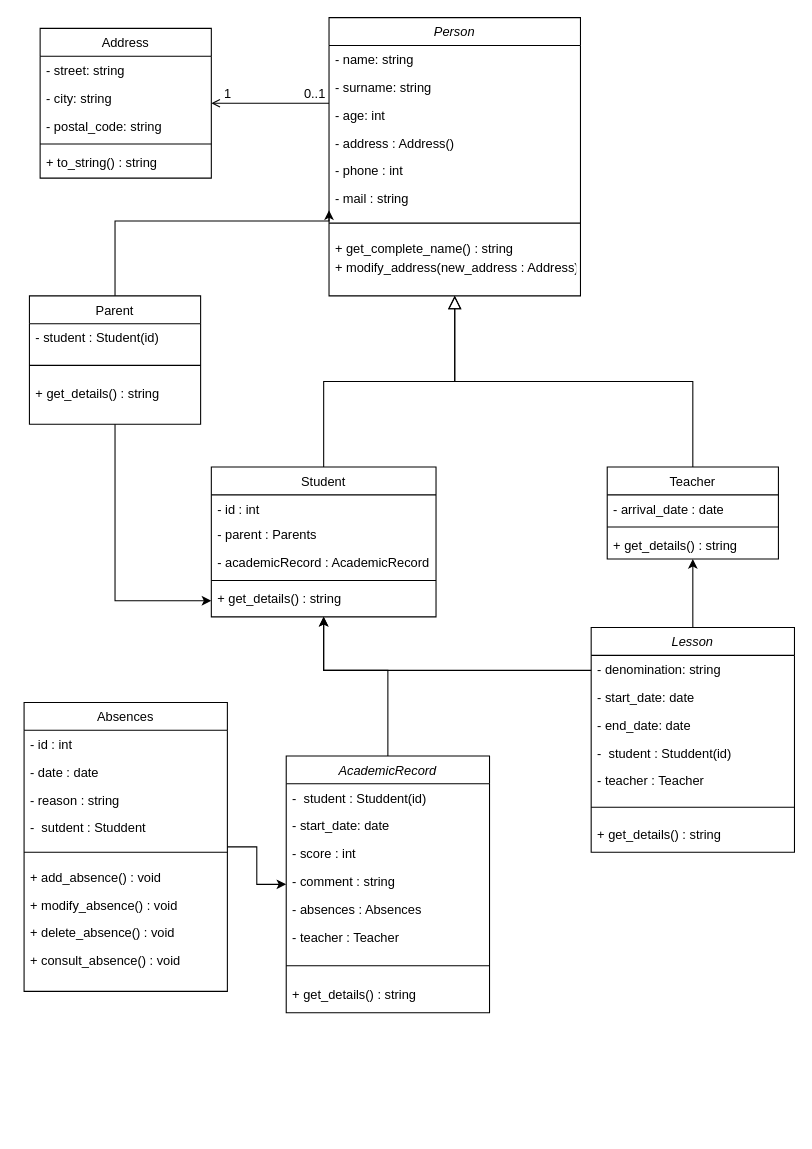
MelissaHOA/EXO_Gestion_Ecole keeps this draw.io diagram as doc/diagrammeClasse.drawio. Above is the earlier version. Source tidied: cells renumbered, new cells numbered last; positions are measured from the earlier drawing's top-left corner, leaving out a move shared by most shapes. Both pictures are drawn from the tidied source at 107%, with x=0, y=0 at pixel (24, 17).
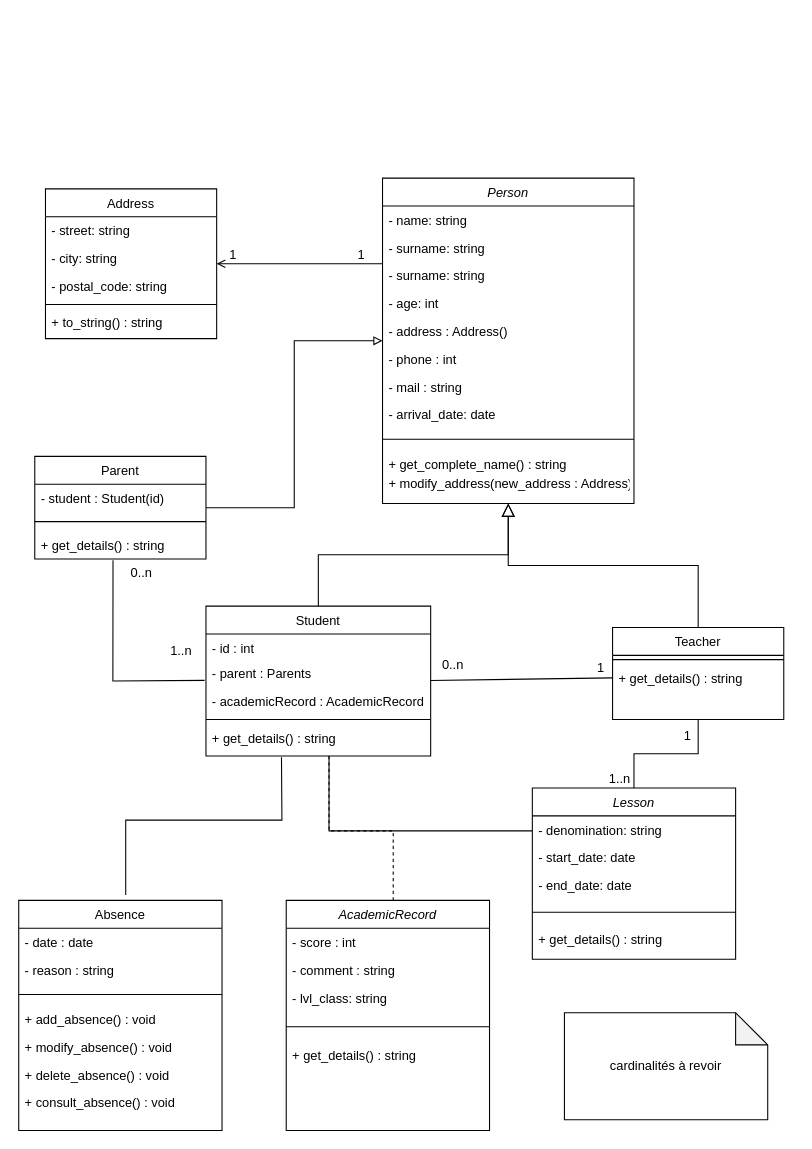
Above is the later version.

Commit message:
Mettre à jour diagrammeClasse.drawio

Unchanged cells that the change refers to:
```xml
<mxCell id="14" value="- parent : Parents" style="text;align=left;verticalAlign=top;spacingLeft=4;spacingRight=4;overflow=hidden;points=[[0,0.5],[1,0.5]];portConstraint=eastwest;" parent="12" vertex="1">
  <mxGeometry y="50" width="210" height="26" as="geometry" />
</mxCell>
<mxCell id="17" value="+ get_details() : string" style="text;align=left;verticalAlign=top;spacingLeft=4;spacingRight=4;overflow=hidden;points=[[0,0.5],[1,0.5]];portConstraint=eastwest;" parent="12" vertex="1">
  <mxGeometry y="110" width="210" height="30" as="geometry" />
</mxCell>
<mxCell id="30" style="endArrow=open;shadow=0;strokeWidth=1;rounded=0;curved=0;endFill=1;edgeStyle=elbowEdgeStyle;elbow=vertical;" parent="1" edge="1" source="2" target="24">
  <mxGeometry x="0.5" y="41" relative="1" as="geometry">
    <mxPoint x="-40" y="32" as="offset" />
  </mxGeometry>
</mxCell>
```

Change to the diagram source:
```diff
@@
     <mxCell id="2" value="Person" style="swimlane;fontStyle=2;align=center;verticalAlign=top;horizontal=1;startSize=26;rounded=0;shadow=0;strokeWidth=1;" parent="1" vertex="1">
-      <mxGeometry x="285" width="235" height="260" as="geometry" />
+      <mxGeometry x="335" y="150" width="235" height="304" as="geometry" />
     </mxCell>
@@
+    <mxCell id="70" value="- surname: string" style="text;align=left;verticalAlign=top;spacingLeft=4;spacingRight=4;overflow=hidden;rounded=0;shadow=0;html=0;" parent="2" vertex="1">
+      <mxGeometry y="52" width="235" height="26" as="geometry" />
+    </mxCell>
     <mxCell id="4" value="- surname: string" style="text;align=left;verticalAlign=top;spacingLeft=4;spacingRight=4;overflow=hidden;rounded=0;shadow=0;html=0;" parent="2" vertex="1">
-      <mxGeometry y="52" width="235" height="26" as="geometry" />
+      <mxGeometry y="78" width="235" height="26" as="geometry" />
     </mxCell>
     <mxCell id="5" value="- age: int&#10;&#10;" style="text;align=left;verticalAlign=top;spacingLeft=4;spacingRight=4;overflow=hidden;rounded=0;shadow=0;html=0;" parent="2" vertex="1">
-      <mxGeometry y="78" width="235" height="26" as="geometry" />
+      <mxGeometry y="104" width="235" height="26" as="geometry" />
     </mxCell>
     <mxCell id="6" value="- address : Address()" style="text;align=left;verticalAlign=top;spacingLeft=4;spacingRight=4;overflow=hidden;rounded=0;shadow=0;html=0;" parent="2" vertex="1">
-      <mxGeometry y="104" width="235" height="26" as="geometry" />
+      <mxGeometry y="130" width="235" height="26" as="geometry" />
     </mxCell>
     <mxCell id="7" value="- phone : int" style="text;align=left;verticalAlign=top;spacingLeft=4;spacingRight=4;overflow=hidden;" parent="2" vertex="1">
-      <mxGeometry y="130" width="235" height="26" as="geometry" />
+      <mxGeometry y="156" width="235" height="26" as="geometry" />
     </mxCell>
     <mxCell id="8" value="- mail : string" style="text;align=left;verticalAlign=top;spacingLeft=4;spacingRight=4;overflow=hidden;points=[[0,0.5],[1,0.5]];portConstraint=eastwest;" parent="2" vertex="1">
-      <mxGeometry y="156" width="235" height="26" as="geometry" />
+      <mxGeometry y="182" width="235" height="26" as="geometry" />
     </mxCell>
+    <mxCell id="62" value="- arrival_date: date" style="text;align=left;verticalAlign=top;spacingLeft=4;spacingRight=4;overflow=hidden;rounded=0;shadow=0;html=0;" parent="2" vertex="1">
+      <mxGeometry y="208" width="235" height="26" as="geometry" />
+    </mxCell>
     <mxCell id="9" style="line;html=1;strokeWidth=1;align=left;verticalAlign=middle;spacingTop=-1;spacingLeft=3;spacingRight=3;labelPosition=right;" parent="2" vertex="1">
-      <mxGeometry y="182" width="235" height="20" as="geometry" />
+      <mxGeometry y="234" width="235" height="20" as="geometry" />
     </mxCell>
     <mxCell id="10" value="+ get_complete_name() : string" style="text;align=left;verticalAlign=top;spacingLeft=4;spacingRight=4;overflow=hidden;" parent="2" vertex="1">
-      <mxGeometry y="202" width="235" height="18" as="geometry" />
+      <mxGeometry y="254" width="235" height="18" as="geometry" />
     </mxCell>
     <mxCell id="11" value="+ modify_address(new_address : Address)" style="text;align=left;verticalAlign=top;spacingLeft=4;spacingRight=4;overflow=hidden;" parent="2" vertex="1">
-      <mxGeometry y="220" width="235" height="32" as="geometry" />
+      <mxGeometry y="272" width="235" height="32" as="geometry" />
     </mxCell>
     <mxCell id="12" value="Student" style="swimlane;fontStyle=0;align=center;verticalAlign=top;horizontal=1;startSize=26;rounded=0;shadow=0;strokeWidth=1;" parent="1" vertex="1">
-      <mxGeometry x="175" y="420" width="210" height="140" as="geometry" />
+      <mxGeometry x="170" y="550" width="210" height="140" as="geometry" />
     </mxCell>
@@
     <mxCell id="19" value="Teacher" style="swimlane;fontStyle=0;align=center;verticalAlign=top;horizontal=1;startSize=26;rounded=0;shadow=0;strokeWidth=1;" parent="1" vertex="1">
-      <mxGeometry x="545" y="420" width="160" height="86" as="geometry" />
+      <mxGeometry x="550" y="570" width="160" height="86" as="geometry" />
     </mxCell>
-    <mxCell id="20" value="- arrival_date : date" style="text;align=left;verticalAlign=top;spacingLeft=4;spacingRight=4;overflow=hidden;" parent="19" vertex="1">
-      <mxGeometry y="26" width="160" height="26" as="geometry" />
-    </mxCell>
     <mxCell id="21" style="line;html=1;strokeWidth=1;align=left;verticalAlign=middle;spacingTop=-1;spacingLeft=3;spacingRight=3;labelPosition=right;" parent="19" vertex="1">
-      <mxGeometry y="52" width="160" height="8" as="geometry" />
+      <mxGeometry y="26" width="160" height="8" as="geometry" />
     </mxCell>
     <mxCell id="22" value="+ get_details() : string" style="text;align=left;verticalAlign=top;spacingLeft=4;spacingRight=4;overflow=hidden;points=[[0,0.5],[1,0.5]];portConstraint=eastwest;" parent="19" vertex="1">
-      <mxGeometry y="60" width="160" height="26" as="geometry" />
+      <mxGeometry y="34" width="160" height="26" as="geometry" />
     </mxCell>
@@
     <mxCell id="24" value="Address" style="swimlane;fontStyle=0;align=center;verticalAlign=top;horizontal=1;startSize=26;rounded=0;shadow=0;strokeWidth=1;" parent="1" vertex="1">
-      <mxGeometry x="15" y="10" width="160" height="140" as="geometry" />
+      <mxGeometry x="20" y="160" width="160" height="140" as="geometry" />
     </mxCell>
@@
-    <mxCell id="31" value="0..1" style="align=left;verticalAlign=bottom;labelBackgroundColor=none;fontSize=12;" parent="30" vertex="1">
+    <mxCell id="31" value="1" style="align=left;verticalAlign=bottom;labelBackgroundColor=none;fontSize=12;" parent="30" vertex="1">
       <mxGeometry x="-1" relative="1" as="geometry">
         <mxPoint x="-25" as="offset" />
       </mxGeometry>
     </mxCell>
@@
-    <mxCell id="33" style="edgeStyle=orthogonalEdgeStyle;rounded=0;jettySize=auto;html=1;" parent="1" edge="1" source="35" target="19">
+    <mxCell id="33" style="edgeStyle=orthogonalEdgeStyle;rounded=0;jettySize=auto;html=1;startArrow=none;startFill=0;endArrow=none;endFill=0;" parent="1" edge="1" source="35" target="19">
       <mxGeometry relative="1" as="geometry" />
     </mxCell>
-    <mxCell id="34" style="edgeStyle=orthogonalEdgeStyle;rounded=0;jettySize=auto;html=1;" parent="1" edge="1" source="35" target="12">
+    <mxCell id="34" style="edgeStyle=orthogonalEdgeStyle;rounded=0;jettySize=auto;html=1;endArrow=none;endFill=0;" parent="1" edge="1" source="35" target="12">
       <mxGeometry relative="1" as="geometry">
         <Array as="points">
-          <mxPoint x="280" y="610" />
+          <mxPoint x="285" y="760" />
         </Array>
       </mxGeometry>
     </mxCell>
     <mxCell id="35" value="Lesson" style="swimlane;fontStyle=2;align=center;verticalAlign=top;horizontal=1;startSize=26;rounded=0;shadow=0;strokeWidth=1;" parent="1" vertex="1">
-      <mxGeometry x="530" y="570" width="190" height="210" as="geometry" />
+      <mxGeometry x="475" y="720" width="190" height="160" as="geometry" />
     </mxCell>
@@
-    <mxCell id="39" value="-  student : Studdent(id)" style="text;align=left;verticalAlign=top;spacingLeft=4;spacingRight=4;overflow=hidden;" parent="35" vertex="1">
-      <mxGeometry y="104" width="190" height="26" as="geometry" />
-    </mxCell>
-    <mxCell id="40" value="- teacher : Teacher" style="text;align=left;verticalAlign=top;spacingLeft=4;spacingRight=4;overflow=hidden;" parent="35" vertex="1">
-      <mxGeometry y="130" width="190" height="26" as="geometry" />
-    </mxCell>
     <mxCell id="41" style="line;html=1;strokeWidth=1;align=left;verticalAlign=middle;spacingTop=-1;spacingLeft=3;spacingRight=3;labelPosition=right;" parent="35" vertex="1">
-      <mxGeometry y="156" width="190" height="24" as="geometry" />
+      <mxGeometry y="104" width="190" height="24" as="geometry" />
     </mxCell>
     <mxCell id="42" value="+ get_details() : string" style="text;align=left;verticalAlign=top;spacingLeft=4;spacingRight=4;overflow=hidden;" parent="35" vertex="1">
-      <mxGeometry y="180" width="190" height="26" as="geometry" />
+      <mxGeometry y="128" width="190" height="26" as="geometry" />
     </mxCell>
-    <mxCell id="43" style="edgeStyle=orthogonalEdgeStyle;rounded=0;jettySize=auto;html=1;" parent="1" edge="1" source="44" target="60">
-      <mxGeometry relative="1" as="geometry" />
-    </mxCell>
-    <mxCell id="44" value="Absences" style="swimlane;fontStyle=0;align=center;verticalAlign=top;horizontal=1;startSize=26;rounded=0;shadow=0;strokeWidth=1;" parent="1" vertex="1">
-      <mxGeometry y="640" width="190" height="270" as="geometry" />
+    <mxCell id="44" value="Absence" style="swimlane;fontStyle=0;align=center;verticalAlign=top;horizontal=1;startSize=26;rounded=0;shadow=0;strokeWidth=1;" parent="1" vertex="1">
+      <mxGeometry x="-5" y="825" width="190" height="215" as="geometry" />
     </mxCell>
-    <mxCell id="45" value="- id : int" style="text;align=left;verticalAlign=top;spacingLeft=4;spacingRight=4;overflow=hidden;" parent="44" vertex="1">
-      <mxGeometry y="26" width="190" height="26" as="geometry" />
-    </mxCell>
     <mxCell id="46" value="- date : date" style="text;align=left;verticalAlign=top;spacingLeft=4;spacingRight=4;overflow=hidden;" parent="44" vertex="1">
-      <mxGeometry y="52" width="190" height="26" as="geometry" />
+      <mxGeometry y="26" width="190" height="26" as="geometry" />
     </mxCell>
     <mxCell id="47" value="- reason : string " style="text;align=left;verticalAlign=top;spacingLeft=4;spacingRight=4;overflow=hidden;" parent="44" vertex="1">
-      <mxGeometry y="78" width="190" height="26" as="geometry" />
+      <mxGeometry y="52" width="190" height="26" as="geometry" />
     </mxCell>
-    <mxCell id="48" value="-  sutdent : Studdent" style="text;align=left;verticalAlign=top;spacingLeft=4;spacingRight=4;overflow=hidden;" parent="44" vertex="1">
-      <mxGeometry y="104" width="190" height="26" as="geometry" />
-    </mxCell>
     <mxCell id="49" style="line;html=1;strokeWidth=1;align=left;verticalAlign=middle;spacingTop=-1;spacingLeft=3;spacingRight=3;labelPosition=right;" parent="44" vertex="1">
-      <mxGeometry y="130" width="190" height="20" as="geometry" />
+      <mxGeometry y="78" width="190" height="20" as="geometry" />
     </mxCell>
     <mxCell id="50" value="+ add_absence() : void" style="text;align=left;verticalAlign=top;spacingLeft=4;spacingRight=4;overflow=hidden;" parent="44" vertex="1">
-      <mxGeometry y="150" width="190" height="26" as="geometry" />
+      <mxGeometry y="98" width="190" height="26" as="geometry" />
     </mxCell>
     <mxCell id="51" value="+ modify_absence() : void" style="text;align=left;verticalAlign=top;spacingLeft=4;spacingRight=4;overflow=hidden;" parent="44" vertex="1">
-      <mxGeometry y="176" width="190" height="26" as="geometry" />
+      <mxGeometry y="124" width="190" height="26" as="geometry" />
     </mxCell>
     <mxCell id="52" value="+ delete_absence() : void" style="text;align=left;verticalAlign=top;spacingLeft=4;spacingRight=4;overflow=hidden;" parent="44" vertex="1">
-      <mxGeometry y="202" width="190" height="26" as="geometry" />
+      <mxGeometry y="150" width="190" height="26" as="geometry" />
     </mxCell>
     <mxCell id="53" value="+ consult_absence() : void" style="text;align=left;verticalAlign=top;spacingLeft=4;spacingRight=4;overflow=hidden;" parent="44" vertex="1">
-      <mxGeometry y="228" width="190" height="26" as="geometry" />
+      <mxGeometry y="176" width="190" height="26" as="geometry" />
     </mxCell>
-    <mxCell id="54" style="edgeStyle=orthogonalEdgeStyle;rounded=0;jettySize=auto;html=1;entryX=0;entryY=0.5;entryDx=0;entryDy=0;" parent="1" edge="1" source="55" target="17">
-      <mxGeometry relative="1" as="geometry" />
-    </mxCell>
+    <mxCell id="71" style="edgeStyle=orthogonalEdgeStyle;rounded=0;jettySize=auto;html=1;endArrow=block;endFill=0;" parent="1" edge="1" source="55" target="2">
+      <mxGeometry relative="1" as="geometry" />
+    </mxCell>
     <mxCell id="55" value="Parent" style="swimlane;fontStyle=0;align=center;verticalAlign=top;horizontal=1;startSize=26;rounded=0;shadow=0;strokeWidth=1;" parent="1" vertex="1">
-      <mxGeometry x="5" y="260" width="160" height="120" as="geometry" />
+      <mxGeometry x="10" y="410" width="160" height="96" as="geometry" />
     </mxCell>
@@
     <mxCell id="57" style="line;html=1;strokeWidth=1;align=left;verticalAlign=middle;spacingTop=-1;spacingLeft=3;spacingRight=3;labelPosition=right;" parent="55" vertex="1">
-      <mxGeometry y="52" width="160" height="26" as="geometry" />
+      <mxGeometry y="52" width="160" height="18" as="geometry" />
     </mxCell>
     <mxCell id="58" value="+ get_details() : string" style="text;align=left;verticalAlign=top;spacingLeft=4;spacingRight=4;overflow=hidden;points=[[0,0.5],[1,0.5]];portConstraint=eastwest;" parent="55" vertex="1">
-      <mxGeometry y="78" width="160" height="26" as="geometry" />
+      <mxGeometry y="70" width="160" height="26" as="geometry" />
     </mxCell>
-    <mxCell id="59" style="edgeStyle=orthogonalEdgeStyle;rounded=0;jettySize=auto;html=1;" parent="1" edge="1" source="60" target="12">
+    <mxCell id="59" style="edgeStyle=orthogonalEdgeStyle;rounded=0;jettySize=auto;html=1;endArrow=none;endFill=0;dashed=1;" parent="1" edge="1" source="60" target="12">
       <mxGeometry relative="1" as="geometry">
         <Array as="points">
-          <mxPoint x="340" y="610" />
-          <mxPoint x="280" y="610" />
+          <mxPoint x="345" y="760" />
+          <mxPoint x="285" y="760" />
         </Array>
       </mxGeometry>
     </mxCell>
     <mxCell id="60" value="AcademicRecord" style="swimlane;fontStyle=2;align=center;verticalAlign=top;horizontal=1;startSize=26;rounded=0;shadow=0;strokeWidth=1;" parent="1" vertex="1">
-      <mxGeometry x="245" y="690" width="190" height="240" as="geometry" />
+      <mxGeometry x="245" y="825" width="190" height="215" as="geometry" />
     </mxCell>
-    <mxCell id="61" value="-  student : Studdent(id)" style="text;align=left;verticalAlign=top;spacingLeft=4;spacingRight=4;overflow=hidden;" parent="60" vertex="1">
-      <mxGeometry y="26" width="190" height="26" as="geometry" />
-    </mxCell>
-    <mxCell id="62" value="- start_date: date" style="text;align=left;verticalAlign=top;spacingLeft=4;spacingRight=4;overflow=hidden;rounded=0;shadow=0;html=0;" parent="60" vertex="1">
-      <mxGeometry y="52" width="190" height="26" as="geometry" />
-    </mxCell>
     <mxCell id="63" value="- score : int" style="text;align=left;verticalAlign=top;spacingLeft=4;spacingRight=4;overflow=hidden;" parent="60" vertex="1">
-      <mxGeometry y="78" width="190" height="26" as="geometry" />
+      <mxGeometry y="26" width="190" height="26" as="geometry" />
     </mxCell>
     <mxCell id="64" value="- comment : string" style="text;align=left;verticalAlign=top;spacingLeft=4;spacingRight=4;overflow=hidden;" parent="60" vertex="1">
-      <mxGeometry y="104" width="190" height="26" as="geometry" />
+      <mxGeometry y="52" width="190" height="26" as="geometry" />
     </mxCell>
-    <mxCell id="65" value="- absences : Absences" style="text;align=left;verticalAlign=top;spacingLeft=4;spacingRight=4;overflow=hidden;" parent="60" vertex="1">
-      <mxGeometry y="130" width="190" height="26" as="geometry" />
-    </mxCell>
-    <mxCell id="66" value="- teacher : Teacher" style="text;align=left;verticalAlign=top;spacingLeft=4;spacingRight=4;overflow=hidden;" parent="60" vertex="1">
-      <mxGeometry y="156" width="190" height="26" as="geometry" />
-    </mxCell>
+    <mxCell id="72" value="- lvl_class: string" style="text;align=left;verticalAlign=top;spacingLeft=4;spacingRight=4;overflow=hidden;" parent="60" vertex="1">
+      <mxGeometry y="78" width="190" height="26" as="geometry" />
+    </mxCell>
     <mxCell id="67" style="line;html=1;strokeWidth=1;align=left;verticalAlign=middle;spacingTop=-1;spacingLeft=3;spacingRight=3;labelPosition=right;" parent="60" vertex="1">
-      <mxGeometry y="182" width="190" height="28" as="geometry" />
+      <mxGeometry y="104" width="190" height="28" as="geometry" />
     </mxCell>
     <mxCell id="68" value="+ get_details() : string" style="text;align=left;verticalAlign=top;spacingLeft=4;spacingRight=4;overflow=hidden;" parent="60" vertex="1">
-      <mxGeometry y="210" width="190" height="26" as="geometry" />
+      <mxGeometry y="132" width="190" height="26" as="geometry" />
     </mxCell>
-    <mxCell id="69" style="endArrow=classic;html=1;rounded=0;exitX=0.5;exitY=0;exitDx=0;exitDy=0;edgeStyle=orthogonalEdgeStyle;entryX=0;entryY=0.923;entryDx=0;entryDy=0;entryPerimeter=0;" parent="1" edge="1" source="55" target="8">
-      <mxGeometry relative="1" as="geometry">
-        <Array as="points">
-          <mxPoint x="85" y="190" />
-        </Array>
-      </mxGeometry>
-    </mxCell>
+    <mxCell id="73" value="1..n" style="align=left;verticalAlign=bottom;labelBackgroundColor=none;fontSize=12;direction=south;" parent="1" vertex="1">
+      <mxGeometry x="135" y="600" as="geometry" />
+    </mxCell>
+    <mxCell id="74" value="0..n" style="align=left;verticalAlign=bottom;labelBackgroundColor=none;fontSize=12;" parent="1" vertex="1">
+      <mxGeometry x="155" y="610" as="geometry">
+        <mxPoint x="-57" y="-83" as="offset" />
+      </mxGeometry>
+    </mxCell>
+    <mxCell id="75" style="endArrow=none;html=1;rounded=0;entryX=0.457;entryY=1.038;entryDx=0;entryDy=0;entryPerimeter=0;exitX=-0.006;exitY=0.745;exitDx=0;exitDy=0;exitPerimeter=0;startArrow=none;startFill=0;" parent="1" edge="1" source="14" target="58">
+      <mxGeometry relative="1" as="geometry">
+        <Array as="points">
+          <mxPoint x="83" y="620" />
+        </Array>
+      </mxGeometry>
+    </mxCell>
+    <mxCell id="76" style="endArrow=none;html=1;rounded=0;entryX=0.336;entryY=1.039;entryDx=0;entryDy=0;entryPerimeter=0;" parent="1" edge="1" target="17">
+      <mxGeometry relative="1" as="geometry">
+        <mxPoint x="95" y="820" as="sourcePoint" />
+        <Array as="points">
+          <mxPoint x="95" y="750" />
+          <mxPoint x="241" y="750" />
+        </Array>
+      </mxGeometry>
+    </mxCell>
+    <mxCell id="77" value="1..n" style="align=left;verticalAlign=bottom;labelBackgroundColor=none;fontSize=12;direction=south;" parent="1" vertex="1">
+      <mxGeometry x="545" y="720" as="geometry" />
+    </mxCell>
+    <mxCell id="78" value="1" style="align=left;verticalAlign=bottom;labelBackgroundColor=none;fontSize=12;direction=south;" parent="1" vertex="1">
+      <mxGeometry x="615" y="680" as="geometry" />
+    </mxCell>
+    <mxCell id="79" style="endArrow=none;html=1;rounded=0;exitX=0.998;exitY=0.75;exitDx=0;exitDy=0;exitPerimeter=0;entryX=0;entryY=0.5;entryDx=0;entryDy=0;" parent="1" edge="1" source="14" target="22">
+      <mxGeometry relative="1" as="geometry" />
+    </mxCell>
+    <mxCell id="80" value="1" style="align=left;verticalAlign=bottom;labelBackgroundColor=none;fontSize=12;direction=south;" parent="1" vertex="1">
+      <mxGeometry x="625" y="690" as="geometry">
+        <mxPoint x="-91" y="-74" as="offset" />
+      </mxGeometry>
+    </mxCell>
+    <mxCell id="81" value="0..n" style="align=left;verticalAlign=bottom;labelBackgroundColor=none;fontSize=12;direction=south;" parent="1" vertex="1">
+      <mxGeometry x="389" y="613" as="geometry" />
+    </mxCell>
+    <mxCell id="82" value="&lt;br&gt;cardinalités à revoir&lt;div&gt;&lt;br&gt;&lt;/div&gt;" style="shape=note;whiteSpace=wrap;html=1;backgroundOutline=1;darkOpacity=0.05;" parent="1" vertex="1">
+      <mxGeometry x="505" y="930" width="190" height="100" as="geometry" />
+    </mxCell>
```
